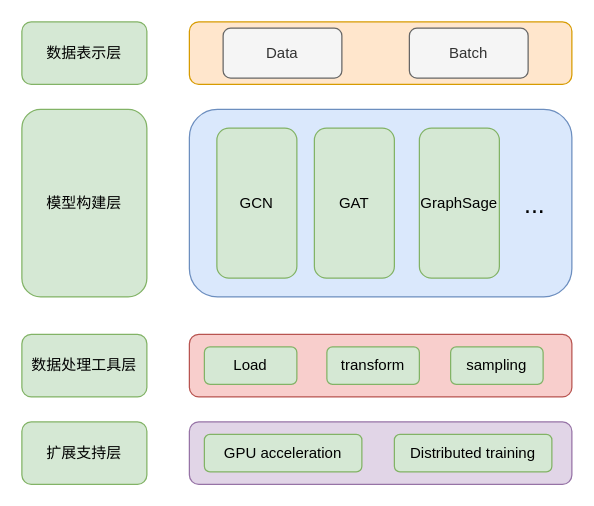
Before: PyG.drawio in zbyuser/-, a draw.io diagram. Source tidied: cells renumbered, new cells numbered last; positions are measured from the earlier drawing's top-left corner, leaving out a move shared by most shapes. Both pictures are drawn from the tidied source at 125%, with x=0, y=0 at pixel (21, 21).
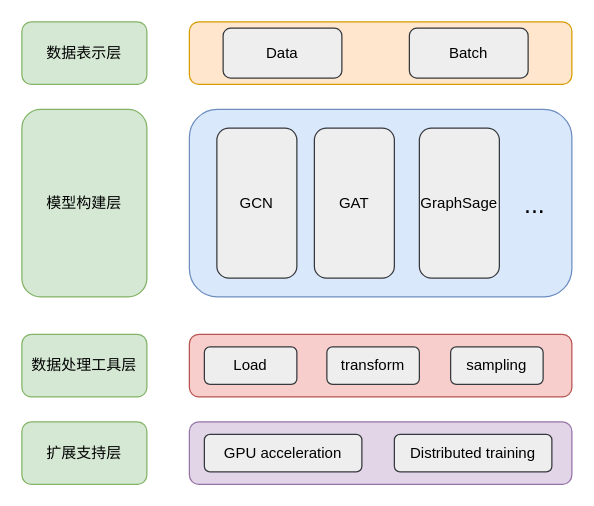
The same page after the edit.

The edit, as a diff of the source:
```diff
@@
-    <mxCell id="7" value="Data" style="rounded=1;whiteSpace=wrap;html=1;fillColor=#f5f5f5;strokeColor=#666666;fontColor=#333333;" parent="1" vertex="1">
+    <mxCell id="7" value="Data" style="rounded=1;whiteSpace=wrap;html=1;fillColor=#eeeeee;strokeColor=#36393d;" parent="1" vertex="1">
       <mxGeometry x="161" y="5" width="95" height="40" as="geometry" />
     </mxCell>
-    <mxCell id="8" value="Batch" style="rounded=1;whiteSpace=wrap;html=1;fillColor=#f5f5f5;strokeColor=#666666;fontColor=#333333;" parent="1" vertex="1">
+    <mxCell id="8" value="Batch" style="rounded=1;whiteSpace=wrap;html=1;fillColor=#eeeeee;strokeColor=#36393d;" parent="1" vertex="1">
       <mxGeometry x="310" y="5" width="95" height="40" as="geometry" />
     </mxCell>
@@
-    <mxCell id="10" value="GCN" style="rounded=1;whiteSpace=wrap;html=1;fillColor=#d5e8d4;strokeColor=#82b366;" parent="1" vertex="1">
+    <mxCell id="10" value="GCN" style="rounded=1;whiteSpace=wrap;html=1;fillColor=#eeeeee;strokeColor=#36393d;" parent="1" vertex="1">
       <mxGeometry x="156" y="85" width="64" height="120" as="geometry" />
     </mxCell>
-    <mxCell id="11" value="GAT" style="rounded=1;whiteSpace=wrap;html=1;fillColor=#d5e8d4;strokeColor=#82b366;" parent="1" vertex="1">
+    <mxCell id="11" value="GAT" style="rounded=1;whiteSpace=wrap;html=1;fillColor=#eeeeee;strokeColor=#36393d;" parent="1" vertex="1">
       <mxGeometry x="234" y="85" width="64" height="120" as="geometry" />
     </mxCell>
@@
-    <mxCell id="14" value="Load" style="rounded=1;whiteSpace=wrap;html=1;fillColor=#d5e8d4;strokeColor=#82b366;" parent="1" vertex="1">
+    <mxCell id="14" value="Load" style="rounded=1;whiteSpace=wrap;html=1;fillColor=#eeeeee;strokeColor=#36393d;" parent="1" vertex="1">
       <mxGeometry x="146" y="260" width="74" height="30" as="geometry" />
     </mxCell>
-    <mxCell id="15" value="transform" style="rounded=1;whiteSpace=wrap;html=1;fillColor=#d5e8d4;strokeColor=#82b366;" parent="1" vertex="1">
+    <mxCell id="15" value="transform" style="rounded=1;whiteSpace=wrap;html=1;fillColor=#eeeeee;strokeColor=#36393d;" parent="1" vertex="1">
       <mxGeometry x="244" y="260" width="74" height="30" as="geometry" />
     </mxCell>
-    <mxCell id="16" value="sampling" style="rounded=1;whiteSpace=wrap;html=1;fillColor=#d5e8d4;strokeColor=#82b366;" parent="1" vertex="1">
+    <mxCell id="16" value="sampling" style="rounded=1;whiteSpace=wrap;html=1;fillColor=#eeeeee;strokeColor=#36393d;" parent="1" vertex="1">
       <mxGeometry x="343" y="260" width="74" height="30" as="geometry" />
     </mxCell>
@@
-    <mxCell id="18" value="GPU acceleration" style="rounded=1;whiteSpace=wrap;html=1;fillColor=#d5e8d4;strokeColor=#82b366;" parent="1" vertex="1">
+    <mxCell id="18" value="GPU acceleration" style="rounded=1;whiteSpace=wrap;html=1;fillColor=#eeeeee;strokeColor=#36393d;" parent="1" vertex="1">
       <mxGeometry x="146" y="330" width="126" height="30" as="geometry" />
     </mxCell>
-    <mxCell id="19" value="GraphSage" style="rounded=1;whiteSpace=wrap;html=1;fillColor=#d5e8d4;strokeColor=#82b366;" parent="1" vertex="1">
+    <mxCell id="19" value="GraphSage" style="rounded=1;whiteSpace=wrap;html=1;fillColor=#eeeeee;strokeColor=#36393d;" parent="1" vertex="1">
       <mxGeometry x="318" y="85" width="64" height="120" as="geometry" />
     </mxCell>
-    <mxCell id="20" value="Distributed training" style="rounded=1;whiteSpace=wrap;html=1;fillColor=#d5e8d4;strokeColor=#82b366;" parent="1" vertex="1">
+    <mxCell id="20" value="Distributed training" style="rounded=1;whiteSpace=wrap;html=1;fillColor=#eeeeee;strokeColor=#36393d;" parent="1" vertex="1">
       <mxGeometry x="298" y="330" width="126" height="30" as="geometry" />
     </mxCell>
```
